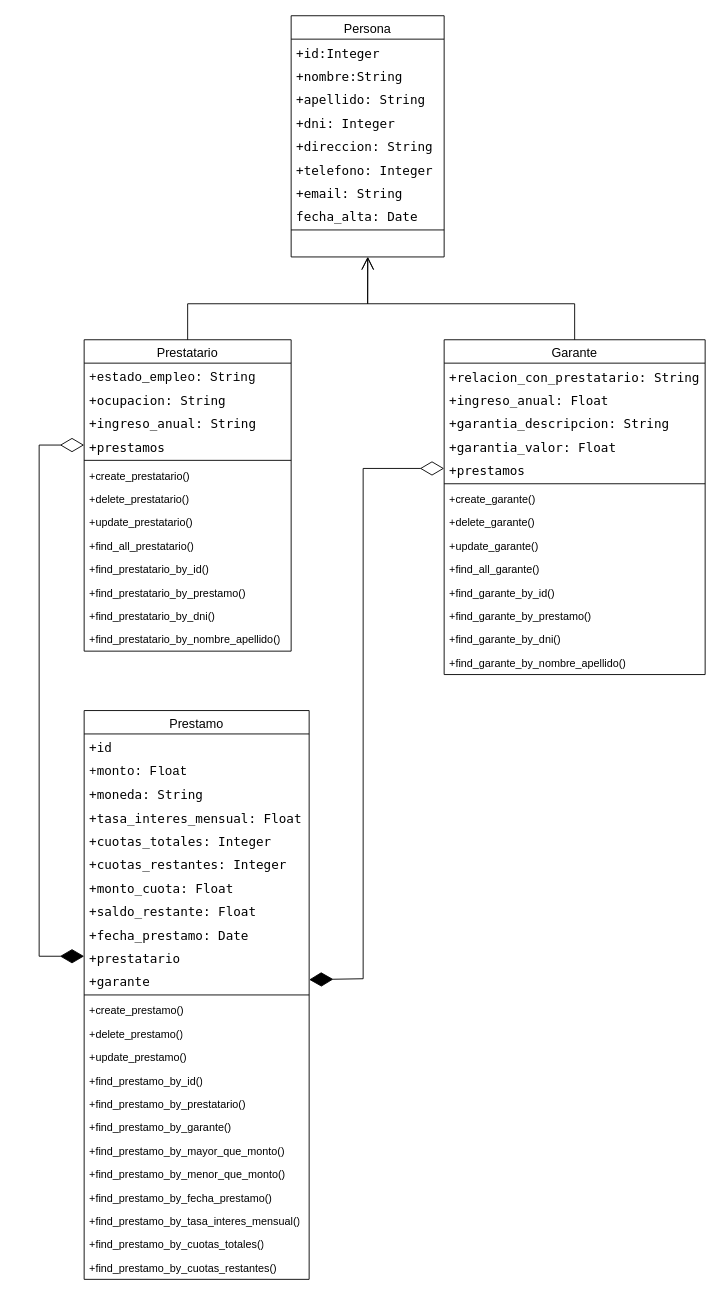
The draw.io diagram documentacion/diagrama_de_clases.drawio in HuguitoEstudia/DesarrolloWebProyecto2doCuatrimestre, before the edit. Source tidied: cells renumbered, new cells numbered last; positions are measured from the earlier drawing's top-left corner, leaving out a move shared by most shapes. Both pictures are drawn from the tidied source at 90%, with x=0, y=0 at pixel (39, 15).
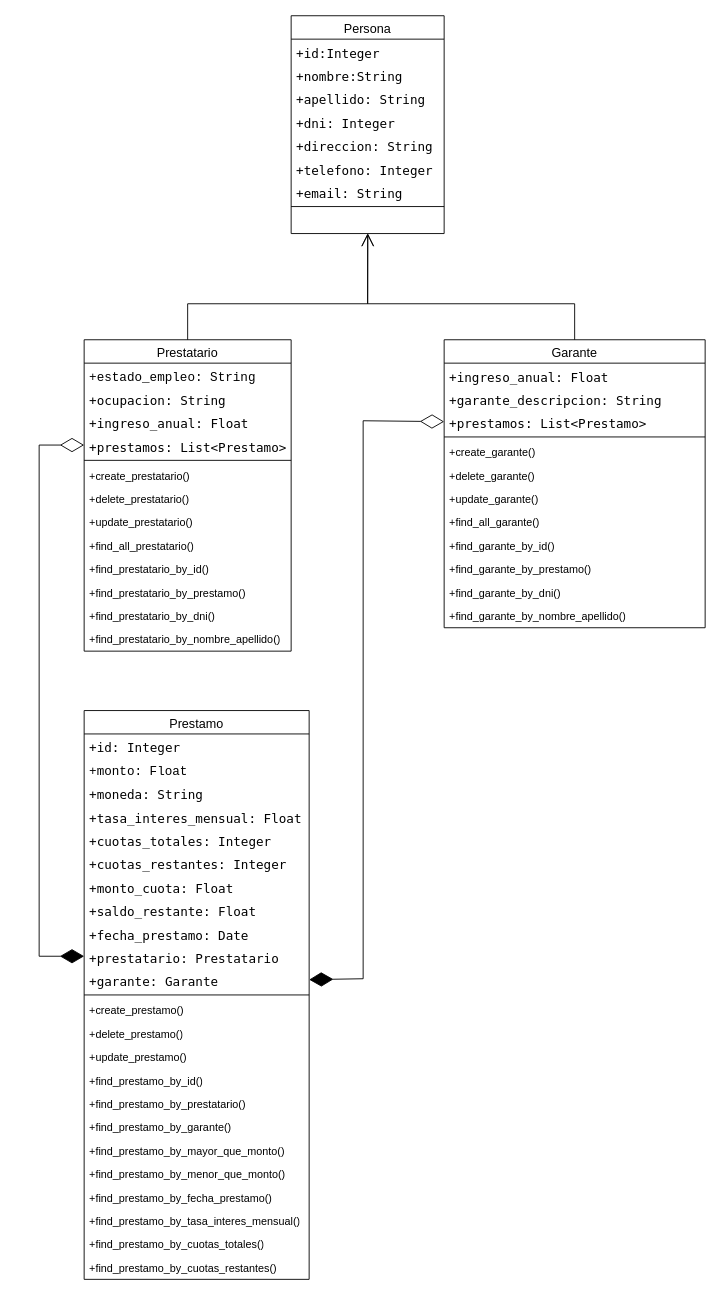
The same page after the edit.

Unchanged cells that the change refers to:
```xml
<mxCell id="28" value="&lt;span style=&quot;font-size: 14px; font-weight: 400;&quot;&gt;Prestatario&lt;/span&gt;" style="swimlane;fontStyle=1;align=center;verticalAlign=top;horizontal=1;startSize=26;whiteSpace=wrap;html=1;" parent="1" vertex="1">
  <mxGeometry x="50" y="360" width="230" height="346" as="geometry" />
</mxCell>
<mxCell id="42" value="&lt;span style=&quot;font-size: 14px; font-weight: 400;&quot;&gt;Prestamo&lt;/span&gt;" style="swimlane;fontStyle=1;align=center;verticalAlign=top;horizontal=1;startSize=26;whiteSpace=wrap;html=1;" parent="1" vertex="1">
  <mxGeometry x="50" y="772" width="250" height="632" as="geometry" />
</mxCell>
```

Diff of the diagram source:
```diff
@@
     <mxCell id="2" value="&lt;span style=&quot;font-size: 14px; font-weight: 400;&quot;&gt;Persona&lt;/span&gt;" style="swimlane;fontStyle=1;align=center;verticalAlign=top;horizontal=1;startSize=26;whiteSpace=wrap;html=1;" parent="1" vertex="1">
-      <mxGeometry x="280" width="170" height="268" as="geometry" />
+      <mxGeometry x="280" width="170" height="242" as="geometry" />
     </mxCell>
@@
-    <mxCell id="10" value="&lt;div style=&quot;font-family: &amp;quot;Droid Sans Mono&amp;quot;, &amp;quot;monospace&amp;quot;, monospace; font-size: 14px; line-height: 19px; white-space: pre;&quot;&gt;&lt;span&gt;&lt;font style=&quot;color: light-dark(rgb(0, 0, 0), rgb(255, 255, 255));&quot;&gt;fecha_alta: Date&lt;/font&gt;&lt;/span&gt;&lt;/div&gt;" style="text;strokeColor=none;fillColor=none;align=left;verticalAlign=top;spacingLeft=4;spacingRight=4;overflow=hidden;whiteSpace=wrap;html=1;" parent="2" vertex="1">
-      <mxGeometry y="208" width="170" height="26" as="geometry" />
-    </mxCell>
-    <mxCell id="11" style="line;strokeWidth=1;fillColor=none;align=left;verticalAlign=middle;spacingTop=-1;spacingLeft=3;spacingRight=3;labelPosition=right;strokeColor=inherit;" parent="2" vertex="1">
-      <mxGeometry y="234" width="170" height="8" as="geometry" />
-    </mxCell>
-    <mxCell id="12" value="&amp;nbsp;" style="text;strokeColor=none;fillColor=none;align=left;verticalAlign=top;spacingLeft=4;spacingRight=4;overflow=hidden;points=[[0,0.5],[1,0.5]];portConstraint=eastwest;whiteSpace=wrap;html=1;" parent="2" vertex="1">
-      <mxGeometry y="242" width="170" height="26" as="geometry" />
-    </mxCell>
+    <mxCell id="71" style="line;strokeWidth=1;fillColor=none;align=left;verticalAlign=middle;spacingTop=-1;spacingLeft=3;spacingRight=3;labelPosition=right;strokeColor=inherit;" parent="2" vertex="1">
+      <mxGeometry y="208" width="170" height="8" as="geometry" />
+    </mxCell>
+    <mxCell id="72" value="&amp;nbsp;" style="text;strokeColor=none;fillColor=none;align=left;verticalAlign=top;spacingLeft=4;spacingRight=4;overflow=hidden;points=[[0,0.5],[1,0.5]];portConstraint=eastwest;whiteSpace=wrap;html=1;" parent="2" vertex="1">
+      <mxGeometry y="216" width="170" height="26" as="geometry" />
+    </mxCell>
     <mxCell id="13" value="&lt;span style=&quot;font-size: 14px; font-weight: 400;&quot;&gt;Garante&lt;/span&gt;" style="swimlane;fontStyle=1;align=center;verticalAlign=top;horizontal=1;startSize=26;whiteSpace=wrap;html=1;" parent="1" vertex="1">
-      <mxGeometry x="450" y="360" width="290" height="372" as="geometry" />
+      <mxGeometry x="450" y="360" width="290" height="320" as="geometry" />
     </mxCell>
-    <mxCell id="14" value="&lt;div style=&quot;font-family: &amp;quot;Droid Sans Mono&amp;quot;, &amp;quot;monospace&amp;quot;, monospace; font-size: 14px; line-height: 19px; white-space: pre;&quot;&gt;&lt;div style=&quot;font-family: Helvetica; font-size: 12px; white-space: normal;&quot;&gt;&lt;span&gt;&lt;font style=&quot;color: light-dark(rgb(0, 0, 0), rgb(255, 255, 255));&quot;&gt;&lt;span style=&quot;font-family: &amp;quot;Droid Sans Mono&amp;quot;, &amp;quot;monospace&amp;quot;, monospace; font-size: 14px; white-space: pre;&quot;&gt;+&lt;/span&gt;&lt;span style=&quot;font-family: &amp;quot;Droid Sans Mono&amp;quot;, &amp;quot;monospace&amp;quot;, monospace; font-size: 14px; white-space: pre;&quot;&gt;relacion_con_prestatario: String&lt;/span&gt;&lt;/font&gt;&lt;/span&gt;&lt;/div&gt;&lt;/div&gt;" style="text;strokeColor=none;fillColor=none;align=left;verticalAlign=top;spacingLeft=4;spacingRight=4;overflow=hidden;whiteSpace=wrap;html=1;" parent="13" vertex="1">
-      <mxGeometry y="26" width="290" height="26" as="geometry" />
-    </mxCell>
-    <mxCell id="15" value="&lt;div style=&quot;font-family: &amp;quot;Droid Sans Mono&amp;quot;, &amp;quot;monospace&amp;quot;, monospace; font-size: 14px; line-height: 19px; white-space: pre;&quot;&gt;&lt;span&gt;&lt;font style=&quot;color: light-dark(rgb(0, 0, 0), rgb(255, 255, 255));&quot;&gt;+ingreso_anual: Float&lt;/font&gt;&lt;/span&gt;&lt;/div&gt;" style="text;strokeColor=none;fillColor=none;align=left;verticalAlign=top;spacingLeft=4;spacingRight=4;overflow=hidden;whiteSpace=wrap;html=1;" parent="13" vertex="1">
-      <mxGeometry y="52" width="290" height="26" as="geometry" />
-    </mxCell>
-    <mxCell id="16" value="&lt;div style=&quot;font-family: &amp;quot;Droid Sans Mono&amp;quot;, &amp;quot;monospace&amp;quot;, monospace; font-size: 14px; line-height: 19px; white-space: pre;&quot;&gt;&lt;span&gt;&lt;font style=&quot;color: light-dark(rgb(0, 0, 0), rgb(255, 255, 255));&quot;&gt;+garantia_descripcion: String&lt;/font&gt;&lt;/span&gt;&lt;/div&gt;" style="text;strokeColor=none;fillColor=none;align=left;verticalAlign=top;spacingLeft=4;spacingRight=4;overflow=hidden;whiteSpace=wrap;html=1;" parent="13" vertex="1">
-      <mxGeometry y="78" width="290" height="26" as="geometry" />
-    </mxCell>
-    <mxCell id="17" value="&lt;div style=&quot;font-family: &amp;quot;Droid Sans Mono&amp;quot;, &amp;quot;monospace&amp;quot;, monospace; font-size: 14px; line-height: 19px; white-space: pre;&quot;&gt;&lt;span&gt;&lt;font style=&quot;color: light-dark(rgb(0, 0, 0), rgb(255, 255, 255));&quot;&gt;+garantia_valor: Float&lt;/font&gt;&lt;/span&gt;&lt;/div&gt;" style="text;strokeColor=none;fillColor=none;align=left;verticalAlign=top;spacingLeft=4;spacingRight=4;overflow=hidden;whiteSpace=wrap;html=1;" parent="13" vertex="1">
-      <mxGeometry y="104" width="290" height="26" as="geometry" />
-    </mxCell>
-    <mxCell id="18" value="&lt;div style=&quot;font-family: &amp;quot;Droid Sans Mono&amp;quot;, &amp;quot;monospace&amp;quot;, monospace; font-size: 14px; line-height: 19px; white-space: pre;&quot;&gt;&lt;span&gt;&lt;font style=&quot;color: light-dark(rgb(0, 0, 0), rgb(255, 255, 255));&quot;&gt;+prestamos&lt;/font&gt;&lt;/span&gt;&lt;/div&gt;" style="text;strokeColor=none;fillColor=none;align=left;verticalAlign=top;spacingLeft=4;spacingRight=4;overflow=hidden;points=[[0,0.5],[1,0.5]];portConstraint=eastwest;whiteSpace=wrap;html=1;" parent="13" vertex="1">
-      <mxGeometry y="130" width="290" height="26" as="geometry" />
-    </mxCell>
-    <mxCell id="19" style="line;strokeWidth=1;fillColor=none;align=left;verticalAlign=middle;spacingTop=-1;spacingLeft=3;spacingRight=3;labelPosition=right;strokeColor=inherit;" parent="13" vertex="1">
-      <mxGeometry y="156" width="290" height="8" as="geometry" />
-    </mxCell>
+    <mxCell id="73" value="&lt;div style=&quot;font-family: &amp;quot;Droid Sans Mono&amp;quot;, &amp;quot;monospace&amp;quot;, monospace; font-size: 14px; line-height: 19px; white-space: pre;&quot;&gt;&lt;span&gt;&lt;font style=&quot;color: light-dark(rgb(0, 0, 0), rgb(255, 255, 255));&quot;&gt;+ingreso_anual: Float&lt;/font&gt;&lt;/span&gt;&lt;/div&gt;" style="text;strokeColor=none;fillColor=none;align=left;verticalAlign=top;spacingLeft=4;spacingRight=4;overflow=hidden;whiteSpace=wrap;html=1;" parent="13" vertex="1">
+      <mxGeometry y="26" width="290" height="26" as="geometry" />
+    </mxCell>
+    <mxCell id="74" value="&lt;div style=&quot;font-family: &amp;quot;Droid Sans Mono&amp;quot;, &amp;quot;monospace&amp;quot;, monospace; font-size: 14px; line-height: 19px; white-space: pre;&quot;&gt;&lt;span&gt;&lt;font style=&quot;color: light-dark(rgb(0, 0, 0), rgb(255, 255, 255));&quot;&gt;+garante_descripcion: String&lt;/font&gt;&lt;/span&gt;&lt;/div&gt;" style="text;strokeColor=none;fillColor=none;align=left;verticalAlign=top;spacingLeft=4;spacingRight=4;overflow=hidden;whiteSpace=wrap;html=1;" parent="13" vertex="1">
+      <mxGeometry y="52" width="290" height="26" as="geometry" />
+    </mxCell>
+    <mxCell id="75" value="&lt;div style=&quot;font-family: &amp;quot;Droid Sans Mono&amp;quot;, &amp;quot;monospace&amp;quot;, monospace; font-size: 14px; line-height: 19px; white-space: pre;&quot;&gt;&lt;span&gt;&lt;font style=&quot;color: light-dark(rgb(0, 0, 0), rgb(255, 255, 255));&quot;&gt;+prestamos: List&amp;lt;Prestamo&amp;gt;&lt;/font&gt;&lt;/span&gt;&lt;/div&gt;" style="text;strokeColor=none;fillColor=none;align=left;verticalAlign=top;spacingLeft=4;spacingRight=4;overflow=hidden;points=[[0,0.5],[1,0.5]];portConstraint=eastwest;whiteSpace=wrap;html=1;" parent="13" vertex="1">
+      <mxGeometry y="78" width="290" height="26" as="geometry" />
+    </mxCell>
+    <mxCell id="76" style="line;strokeWidth=1;fillColor=none;align=left;verticalAlign=middle;spacingTop=-1;spacingLeft=3;spacingRight=3;labelPosition=right;strokeColor=inherit;" parent="13" vertex="1">
+      <mxGeometry y="104" width="290" height="8" as="geometry" />
+    </mxCell>
     <mxCell id="20" value="+create_garante()" style="text;strokeColor=none;fillColor=none;align=left;verticalAlign=top;spacingLeft=4;spacingRight=4;overflow=hidden;whiteSpace=wrap;html=1;" parent="13" vertex="1">
-      <mxGeometry y="164" width="290" height="26" as="geometry" />
+      <mxGeometry y="112" width="290" height="26" as="geometry" />
     </mxCell>
     <mxCell id="21" value="+delete_garante()" style="text;strokeColor=none;fillColor=none;align=left;verticalAlign=top;spacingLeft=4;spacingRight=4;overflow=hidden;whiteSpace=wrap;html=1;" parent="13" vertex="1">
-      <mxGeometry y="190" width="290" height="26" as="geometry" />
+      <mxGeometry y="138" width="290" height="26" as="geometry" />
     </mxCell>
     <mxCell id="22" value="+update_garante()" style="text;strokeColor=none;fillColor=none;align=left;verticalAlign=top;spacingLeft=4;spacingRight=4;overflow=hidden;whiteSpace=wrap;html=1;" parent="13" vertex="1">
-      <mxGeometry y="216" width="290" height="26" as="geometry" />
+      <mxGeometry y="164" width="290" height="26" as="geometry" />
     </mxCell>
     <mxCell id="23" value="+find_all_garante()" style="text;strokeColor=none;fillColor=none;align=left;verticalAlign=top;spacingLeft=4;spacingRight=4;overflow=hidden;whiteSpace=wrap;html=1;" parent="13" vertex="1">
-      <mxGeometry y="242" width="290" height="26" as="geometry" />
+      <mxGeometry y="190" width="290" height="26" as="geometry" />
     </mxCell>
     <mxCell id="24" value="+find_garante_by_id()" style="text;strokeColor=none;fillColor=none;align=left;verticalAlign=top;spacingLeft=4;spacingRight=4;overflow=hidden;whiteSpace=wrap;html=1;" parent="13" vertex="1">
-      <mxGeometry y="268" width="290" height="26" as="geometry" />
+      <mxGeometry y="216" width="290" height="26" as="geometry" />
     </mxCell>
     <mxCell id="25" value="+find_garante_by_prestamo()" style="text;strokeColor=none;fillColor=none;align=left;verticalAlign=top;spacingLeft=4;spacingRight=4;overflow=hidden;whiteSpace=wrap;html=1;" parent="13" vertex="1">
-      <mxGeometry y="294" width="290" height="26" as="geometry" />
+      <mxGeometry y="242" width="290" height="26" as="geometry" />
     </mxCell>
     <mxCell id="26" value="+find_garante_by_dni()" style="text;strokeColor=none;fillColor=none;align=left;verticalAlign=top;spacingLeft=4;spacingRight=4;overflow=hidden;whiteSpace=wrap;html=1;" parent="13" vertex="1">
-      <mxGeometry y="320" width="290" height="26" as="geometry" />
+      <mxGeometry y="268" width="290" height="26" as="geometry" />
     </mxCell>
     <mxCell id="27" value="+find_garante_by_nombre_apellido()" style="text;strokeColor=none;fillColor=none;align=left;verticalAlign=top;spacingLeft=4;spacingRight=4;overflow=hidden;whiteSpace=wrap;html=1;" parent="13" vertex="1">
-      <mxGeometry y="346" width="290" height="26" as="geometry" />
+      <mxGeometry y="294" width="290" height="26" as="geometry" />
     </mxCell>
@@
-    <mxCell id="31" value="&lt;div style=&quot;font-family: &amp;quot;Droid Sans Mono&amp;quot;, &amp;quot;monospace&amp;quot;, monospace; font-size: 14px; line-height: 19px; white-space: pre;&quot;&gt;&lt;span&gt;&lt;font style=&quot;color: light-dark(rgb(0, 0, 0), rgb(255, 255, 255));&quot;&gt;+ingreso_anual: String&lt;/font&gt;&lt;/span&gt;&lt;/div&gt;" style="text;strokeColor=none;fillColor=none;align=left;verticalAlign=top;spacingLeft=4;spacingRight=4;overflow=hidden;whiteSpace=wrap;html=1;" parent="28" vertex="1">
-      <mxGeometry y="78" width="230" height="26" as="geometry" />
-    </mxCell>
-    <mxCell id="32" value="&lt;div style=&quot;font-family: &amp;quot;Droid Sans Mono&amp;quot;, &amp;quot;monospace&amp;quot;, monospace; font-size: 14px; line-height: 19px; white-space: pre;&quot;&gt;&lt;span&gt;&lt;font style=&quot;color: light-dark(rgb(0, 0, 0), rgb(255, 255, 255));&quot;&gt;+prestamos&lt;/font&gt;&lt;/span&gt;&lt;/div&gt;" style="text;strokeColor=none;fillColor=none;align=left;verticalAlign=top;spacingLeft=4;spacingRight=4;overflow=hidden;points=[[0,0.5],[1,0.5]];portConstraint=eastwest;whiteSpace=wrap;html=1;" parent="28" vertex="1">
-      <mxGeometry y="104" width="230" height="26" as="geometry" />
-    </mxCell>
+    <mxCell id="77" value="&lt;div style=&quot;font-family: &amp;quot;Droid Sans Mono&amp;quot;, &amp;quot;monospace&amp;quot;, monospace; font-size: 14px; line-height: 19px; white-space: pre;&quot;&gt;&lt;span&gt;&lt;font style=&quot;color: light-dark(rgb(0, 0, 0), rgb(255, 255, 255));&quot;&gt;+ingreso_anual: Float&lt;/font&gt;&lt;/span&gt;&lt;/div&gt;" style="text;strokeColor=none;fillColor=none;align=left;verticalAlign=top;spacingLeft=4;spacingRight=4;overflow=hidden;whiteSpace=wrap;html=1;" parent="28" vertex="1">
+      <mxGeometry y="78" width="230" height="26" as="geometry" />
+    </mxCell>
+    <mxCell id="78" value="&lt;div style=&quot;font-family: &amp;quot;Droid Sans Mono&amp;quot;, &amp;quot;monospace&amp;quot;, monospace; font-size: 14px; line-height: 19px; white-space: pre;&quot;&gt;&lt;span&gt;&lt;font style=&quot;color: light-dark(rgb(0, 0, 0), rgb(255, 255, 255));&quot;&gt;+prestamos: List&amp;lt;Prestamo&amp;gt;&lt;/font&gt;&lt;/span&gt;&lt;/div&gt;" style="text;strokeColor=none;fillColor=none;align=left;verticalAlign=top;spacingLeft=4;spacingRight=4;overflow=hidden;points=[[0,0.5],[1,0.5]];portConstraint=eastwest;whiteSpace=wrap;html=1;" parent="28" vertex="1">
+      <mxGeometry y="104" width="230" height="26" as="geometry" />
+    </mxCell>
@@
-    <mxCell id="43" value="&lt;div style=&quot;font-family: &amp;quot;Droid Sans Mono&amp;quot;, &amp;quot;monospace&amp;quot;, monospace; font-size: 14px; line-height: 19px; white-space: pre;&quot;&gt;&lt;span&gt;&lt;font style=&quot;color: light-dark(rgb(0, 0, 0), rgb(255, 255, 255));&quot;&gt;+id&lt;/font&gt;&lt;/span&gt;&lt;/div&gt;" style="text;strokeColor=none;fillColor=none;align=left;verticalAlign=top;spacingLeft=4;spacingRight=4;overflow=hidden;whiteSpace=wrap;html=1;" parent="42" vertex="1">
-      <mxGeometry y="26" width="250" height="26" as="geometry" />
-    </mxCell>
+    <mxCell id="79" value="&lt;div style=&quot;font-family: &amp;quot;Droid Sans Mono&amp;quot;, &amp;quot;monospace&amp;quot;, monospace; font-size: 14px; line-height: 19px; white-space: pre;&quot;&gt;&lt;span&gt;&lt;font style=&quot;color: light-dark(rgb(0, 0, 0), rgb(255, 255, 255));&quot;&gt;+id: Integer&lt;/font&gt;&lt;/span&gt;&lt;/div&gt;" style="text;strokeColor=none;fillColor=none;align=left;verticalAlign=top;spacingLeft=4;spacingRight=4;overflow=hidden;whiteSpace=wrap;html=1;" parent="42" vertex="1">
+      <mxGeometry y="26" width="250" height="26" as="geometry" />
+    </mxCell>
@@
-    <mxCell id="52" value="&lt;div style=&quot;font-family: &amp;quot;Droid Sans Mono&amp;quot;, &amp;quot;monospace&amp;quot;, monospace; font-size: 14px; line-height: 19px; white-space: pre;&quot;&gt;&lt;span&gt;&lt;font style=&quot;color: light-dark(rgb(0, 0, 0), rgb(255, 255, 255));&quot;&gt;+prestatario&lt;/font&gt;&lt;/span&gt;&lt;/div&gt;" style="text;strokeColor=none;fillColor=none;align=left;verticalAlign=top;spacingLeft=4;spacingRight=4;overflow=hidden;points=[[0,0.5],[1,0.5]];portConstraint=eastwest;whiteSpace=wrap;html=1;" parent="42" vertex="1">
-      <mxGeometry y="260" width="250" height="26" as="geometry" />
-    </mxCell>
-    <mxCell id="53" value="&lt;div style=&quot;font-family: &amp;quot;Droid Sans Mono&amp;quot;, &amp;quot;monospace&amp;quot;, monospace; font-size: 14px; line-height: 19px; white-space: pre;&quot;&gt;&lt;span&gt;&lt;font style=&quot;color: light-dark(rgb(0, 0, 0), rgb(255, 255, 255));&quot;&gt;+garante&lt;/font&gt;&lt;/span&gt;&lt;/div&gt;" style="text;strokeColor=none;fillColor=none;align=left;verticalAlign=top;spacingLeft=4;spacingRight=4;overflow=hidden;points=[[0,0.5],[1,0.5]];portConstraint=eastwest;whiteSpace=wrap;html=1;" parent="42" vertex="1">
-      <mxGeometry y="286" width="250" height="26" as="geometry" />
-    </mxCell>
+    <mxCell id="80" value="&lt;div style=&quot;font-family: &amp;quot;Droid Sans Mono&amp;quot;, &amp;quot;monospace&amp;quot;, monospace; font-size: 14px; line-height: 19px; white-space: pre;&quot;&gt;&lt;span&gt;&lt;font style=&quot;color: light-dark(rgb(0, 0, 0), rgb(255, 255, 255));&quot;&gt;+prestatario: Prestatario&lt;/font&gt;&lt;/span&gt;&lt;/div&gt;" style="text;strokeColor=none;fillColor=none;align=left;verticalAlign=top;spacingLeft=4;spacingRight=4;overflow=hidden;points=[[0,0.5],[1,0.5]];portConstraint=eastwest;whiteSpace=wrap;html=1;" parent="42" vertex="1">
+      <mxGeometry y="260" width="250" height="26" as="geometry" />
+    </mxCell>
+    <mxCell id="81" value="&lt;div style=&quot;font-family: &amp;quot;Droid Sans Mono&amp;quot;, &amp;quot;monospace&amp;quot;, monospace; font-size: 14px; line-height: 19px; white-space: pre;&quot;&gt;&lt;span&gt;&lt;font style=&quot;color: light-dark(rgb(0, 0, 0), rgb(255, 255, 255));&quot;&gt;+garante: Garante&lt;/font&gt;&lt;/span&gt;&lt;/div&gt;" style="text;strokeColor=none;fillColor=none;align=left;verticalAlign=top;spacingLeft=4;spacingRight=4;overflow=hidden;points=[[0,0.5],[1,0.5]];portConstraint=eastwest;whiteSpace=wrap;html=1;" parent="42" vertex="1">
+      <mxGeometry y="286" width="250" height="26" as="geometry" />
+    </mxCell>
@@
-    <mxCell id="68" style="endArrow=open;endFill=1;endSize=12;html=1;rounded=0;exitX=0.5;exitY=0;exitDx=0;exitDy=0;entryX=0.501;entryY=0.992;entryDx=0;entryDy=0;entryPerimeter=0;" parent="1" edge="1" source="13" target="12">
-      <mxGeometry relative="1" as="geometry">
-        <Array as="points">
-          <mxPoint x="595" y="320" />
-          <mxPoint x="365" y="320" />
-        </Array>
-      </mxGeometry>
-    </mxCell>
-    <mxCell id="69" style="endArrow=diamondThin;endFill=0;endSize=24;html=1;rounded=0;startArrow=diamondThin;startFill=1;startSize=24;exitX=1;exitY=0.5;exitDx=0;exitDy=0;entryX=0;entryY=0.5;entryDx=0;entryDy=0;" parent="1" edge="1" source="53" target="18">
-      <mxGeometry relative="1" as="geometry">
-        <Array as="points">
-          <mxPoint x="360" y="1070" />
-          <mxPoint x="360" y="503" />
-        </Array>
-      </mxGeometry>
-    </mxCell>
-    <mxCell id="70" style="endArrow=diamondThin;endFill=0;endSize=24;html=1;rounded=0;startArrow=diamondThin;startFill=1;startSize=24;exitX=0;exitY=0.5;exitDx=0;exitDy=0;entryX=0;entryY=0.5;entryDx=0;entryDy=0;" parent="1" edge="1" source="52" target="32">
-      <mxGeometry relative="1" as="geometry">
-        <Array as="points">
-          <mxPoint y="1045" />
-          <mxPoint y="477" />
-        </Array>
-      </mxGeometry>
-    </mxCell>
+    <mxCell id="82" style="endArrow=open;endFill=1;endSize=12;html=1;rounded=0;exitX=0.5;exitY=0;exitDx=0;exitDy=0;entryX=0.501;entryY=0.992;entryDx=0;entryDy=0;entryPerimeter=0;" parent="1" edge="1" source="13" target="72">
+      <mxGeometry relative="1" as="geometry">
+        <Array as="points">
+          <mxPoint x="595" y="320" />
+          <mxPoint x="365" y="320" />
+        </Array>
+      </mxGeometry>
+    </mxCell>
+    <mxCell id="83" style="endArrow=diamondThin;endFill=0;endSize=24;html=1;rounded=0;startArrow=diamondThin;startFill=1;startSize=24;exitX=1;exitY=0.5;exitDx=0;exitDy=0;entryX=0;entryY=0.5;entryDx=0;entryDy=0;" parent="1" edge="1" source="81" target="75">
+      <mxGeometry relative="1" as="geometry">
+        <Array as="points">
+          <mxPoint x="360" y="1070" />
+          <mxPoint x="360" y="450" />
+        </Array>
+      </mxGeometry>
+    </mxCell>
+    <mxCell id="84" style="endArrow=diamondThin;endFill=0;endSize=24;html=1;rounded=0;startArrow=diamondThin;startFill=1;startSize=24;exitX=0;exitY=0.5;exitDx=0;exitDy=0;entryX=0;entryY=0.5;entryDx=0;entryDy=0;" parent="1" edge="1" source="80" target="78">
+      <mxGeometry relative="1" as="geometry">
+        <Array as="points">
+          <mxPoint y="1045" />
+          <mxPoint y="477" />
+        </Array>
+      </mxGeometry>
+    </mxCell>
```
